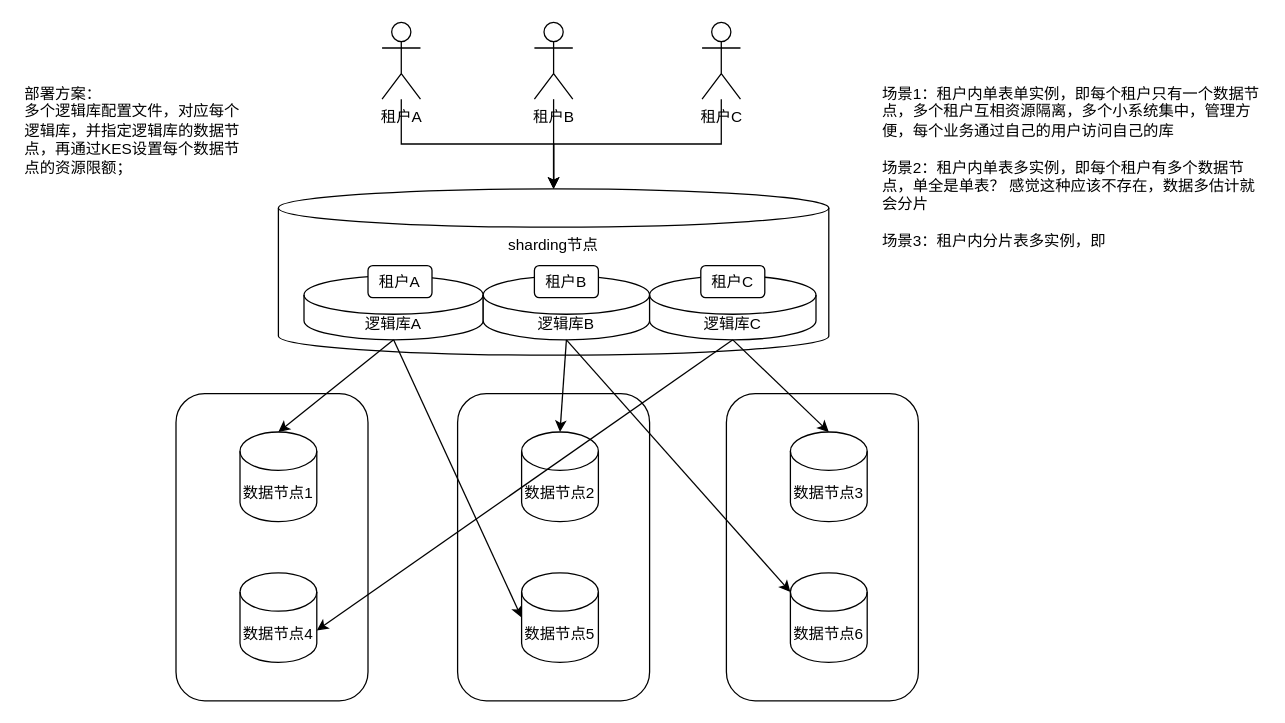
Above: 多租户.drawio in a86sd/drawio_nli (draw.io), before the change. Source tidied: cells renumbered, new cells numbered last; positions are measured from the earlier drawing's top-left corner, leaving out a move shared by most shapes. Both pictures are drawn from the tidied source at 128%, with x=0, y=0 at pixel (22, 22).
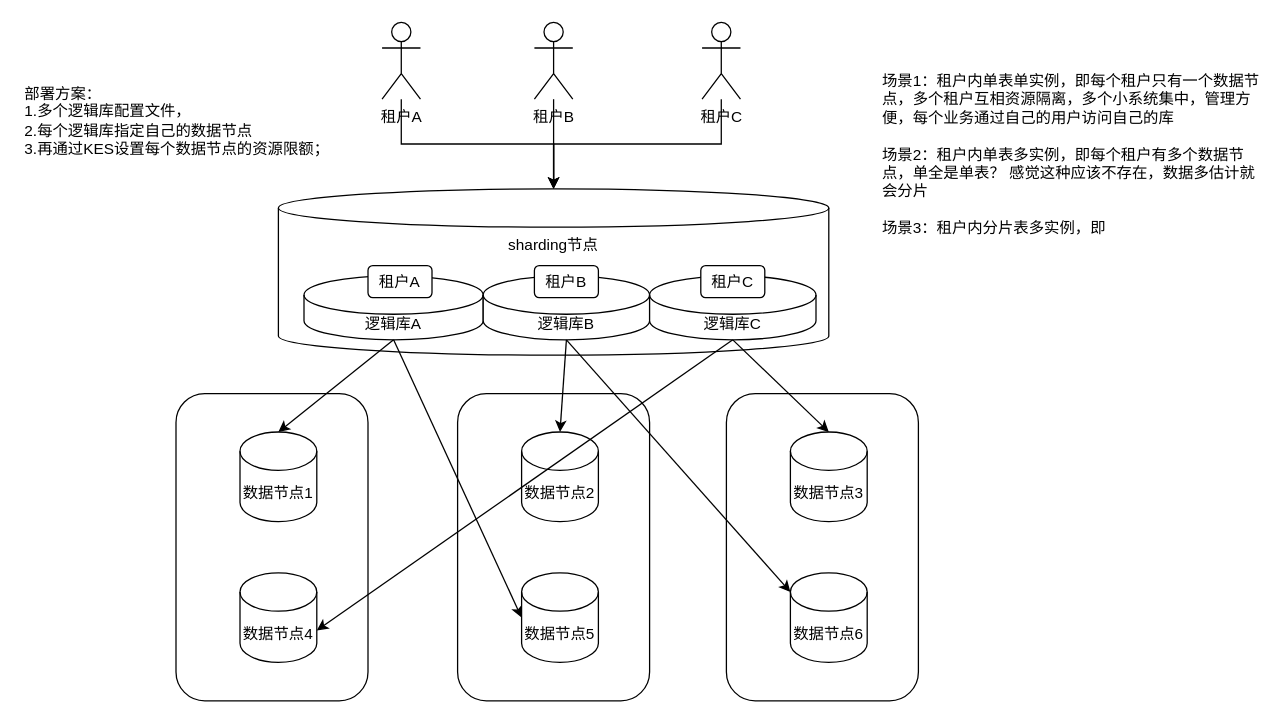
The same page after the edit.

Commit message:
已添加 多租户.drawio

Change to the diagram source:
```diff
@@
     <mxCell id="26" value="场景1：租户内单表单实例，即每个租户只有一个数据节点，多个租户互相资源隔离，多个小系统集中，管理方便，每个业务通过自己的用户访问自己的库&lt;br&gt;&lt;br&gt;场景2：租户内单表多实例，即每个租户有多个数据节点，单全是单表？ 感觉这种应该不存在，数据多估计就会分片&lt;br&gt;&lt;br&gt;场景3：租户内分片表多实例，即" style="text;html=1;whiteSpace=wrap;strokeColor=none;fillColor=none;align=left;verticalAlign=top;rounded=0;" parent="1" vertex="1">
-      <mxGeometry x="670" y="42" width="300" height="158" as="geometry" />
+      <mxGeometry x="670" y="32" width="300" height="158" as="geometry" />
     </mxCell>
@@
-    <mxCell id="31" value="&lt;span style=&quot;&quot;&gt;部署方案：&lt;br&gt;多个逻辑库配置文件，对应每个逻辑库，并指定逻辑库的数据节点，再通过KES设置每个数据节点的资源限额；&lt;/span&gt;" style="text;html=1;whiteSpace=wrap;strokeColor=none;fillColor=none;align=left;verticalAlign=top;rounded=0;" parent="1" vertex="1">
-      <mxGeometry y="42" width="180" height="118" as="geometry" />
+    <mxCell id="31" value="&lt;span style=&quot;&quot;&gt;部署方案：&lt;br&gt;1.多个逻辑库配置文件，&lt;br&gt;&lt;/span&gt;2.&lt;span style=&quot;&quot;&gt;每个逻辑库指定自己的数据节点&lt;br&gt;&lt;/span&gt;3.&lt;span style=&quot;&quot;&gt;再通过KES设置每个数据节点的资源限额；&lt;/span&gt;" style="text;html=1;whiteSpace=wrap;strokeColor=none;fillColor=none;align=left;verticalAlign=top;rounded=0;" parent="1" vertex="1">
+      <mxGeometry y="42" width="260" height="118" as="geometry" />
     </mxCell>
```
